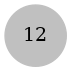
Before: automateSynchro.png, a diagram exported from Graphviz (RED-AUtoMate/Automates). Its source is kept beside it as automateSynchro.dot.
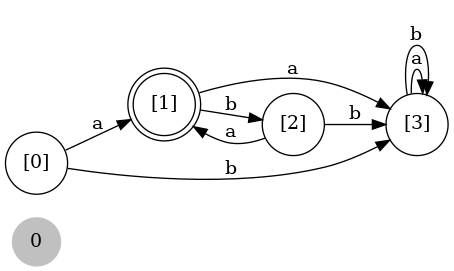
Above is the later version.

The edit, as a diff of the source:
```diff
@@ -2,5 +2,14 @@
 	rankdir=LR;
 	size="8,5";
     node  [shape = circle];
-    "12"  [style = "filled",color ="gray"];
+    "0"  [style = "filled",color ="gray"];
+    "[1]"  [shape = "doublecircle"];
+    "[3]" -> "[3]" [label= "a"];
+    "[3]" -> "[3]" [label= "b"];
+    "[1]" -> "[3]" [label= "a"];
+    "[1]" -> "[2]" [label= "b"];
+    "[2]" -> "[1]" [label= "a"];
+    "[2]" -> "[3]" [label= "b"];
+    "[0]" -> "[1]" [label= "a"];
+    "[0]" -> "[3]" [label= "b"];
 }
```
